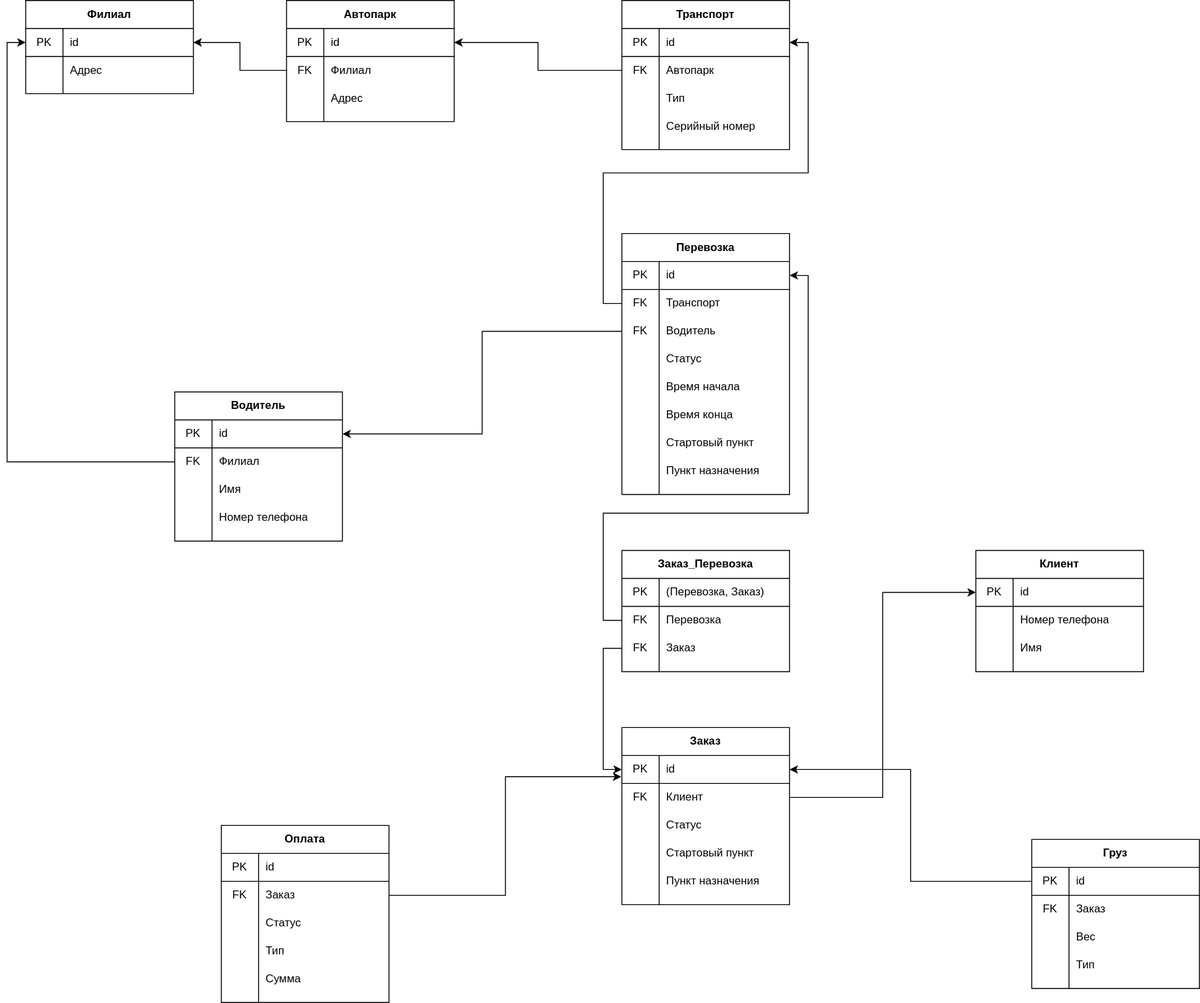
This is TR.svg from yudinvictor/DBMS, a draw.io export, as it was before one commit. Source tidied: cells renumbered, new cells last; positions are measured from the earlier drawing's top-left corner, leaving out a move shared by most shapes.
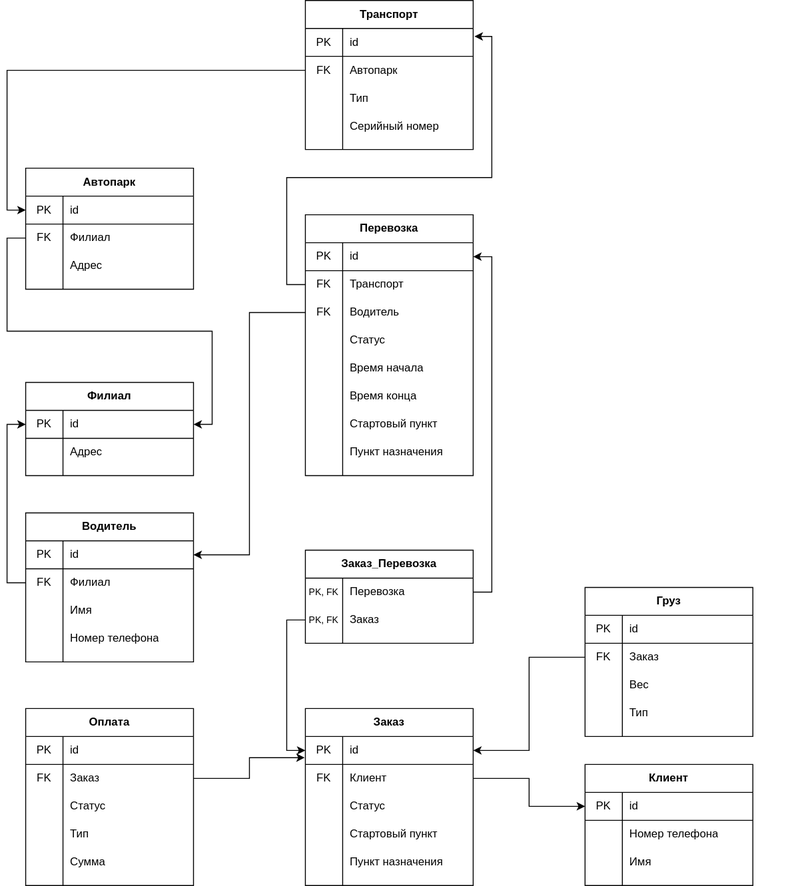
Later version of the same file.

Change to the diagram source:
```diff
@@ -6,7 +6,7 @@
       <mxGeometry x="1030" y="670" width="140" height="30" as="geometry" />
     </mxCell>
     <mxCell id="3" value="Клиент" style="shape=table;html=1;whiteSpace=wrap;startSize=30;rowLines=0;fontStyle=1;align=center;" parent="1" vertex="1">
-      <mxGeometry x="1020" y="590" width="180" height="130" as="geometry" />
+      <mxGeometry x="940" y="840" width="180" height="130" as="geometry" />
     </mxCell>
     <mxCell id="4" style="shape=partialRectangle;html=1;whiteSpace=wrap;fillColor=none;top=0;left=0;bottom=1;right=0;points=[[0,0.5],[1,0.5]];portConstraint=eastwest;" parent="3" vertex="1">
       <mxGeometry y="30" width="180" height="30" as="geometry" />
@@ -84,7 +84,7 @@
       <mxGeometry x="40" width="140" height="30" as="geometry" />
     </mxCell>
     <mxCell id="29" value="Оплата" style="shape=table;html=1;whiteSpace=wrap;startSize=30;rowLines=0;fontStyle=1;align=center;" parent="1" vertex="1">
-      <mxGeometry x="210" y="885" width="180" height="190" as="geometry" />
+      <mxGeometry x="340" y="780" width="180" height="190" as="geometry" />
     </mxCell>
     <mxCell id="30" style="shape=partialRectangle;html=1;whiteSpace=wrap;fillColor=none;top=0;left=0;bottom=1;right=0;" parent="29" vertex="1">
       <mxGeometry y="30" width="180" height="30" as="geometry" />
@@ -132,33 +132,24 @@
       <mxGeometry x="40" width="140" height="30" as="geometry" />
     </mxCell>
     <mxCell id="45" value="Заказ_Перевозка" style="shape=table;html=1;whiteSpace=wrap;startSize=30;rowLines=0;fontStyle=1;align=center;" parent="1" vertex="1">
-      <mxGeometry x="640" y="590" width="180" height="130" as="geometry" />
+      <mxGeometry x="640" y="610" width="180" height="100" as="geometry" />
     </mxCell>
-    <mxCell id="46" style="shape=partialRectangle;html=1;whiteSpace=wrap;fillColor=none;top=0;left=0;bottom=1;right=0;" parent="45" vertex="1">
-      <mxGeometry y="30" width="180" height="30" as="geometry" />
-    </mxCell>
-    <mxCell id="47" value="PK" style="shape=partialRectangle;html=1;whiteSpace=wrap;fillColor=none;top=0;left=0;bottom=0;right=0;overflow=hidden;" parent="46" vertex="1">
-      <mxGeometry width="40" height="30" as="geometry" />
-    </mxCell>
-    <mxCell id="48" value="(Перевозка, Заказ)" style="shape=partialRectangle;html=1;whiteSpace=wrap;fillColor=none;top=0;left=0;bottom=0;right=0;align=left;spacingLeft=6;overflow=hidden;" parent="46" vertex="1">
-      <mxGeometry x="40" width="140" height="30" as="geometry" />
-    </mxCell>
-    <mxCell id="49" style="shape=partialRectangle;html=1;whiteSpace=wrap;fillColor=none;top=0;left=0;bottom=0;right=0;points=[[0,0.5],[1,0.5]];portConstraint=eastwest;" parent="45" vertex="1">
-      <mxGeometry y="60" width="180" height="30" as="geometry" />
-    </mxCell>
-    <mxCell id="50" value="FK" style="shape=partialRectangle;html=1;whiteSpace=wrap;fillColor=none;top=0;left=0;bottom=0;right=0;overflow=hidden;" parent="49" vertex="1">
-      <mxGeometry width="40" height="30" as="geometry" />
-    </mxCell>
+    <mxCell id="146" style="shape=partialRectangle;html=1;whiteSpace=wrap;fillColor=none;top=0;left=0;bottom=1;right=0;points=[[0,0.5],[1,0.5]];portConstraint=eastwest;strokeColor=none;" parent="45" vertex="1">
+      <mxGeometry y="30" width="180" height="30" as="geometry" />
+    </mxCell>
+    <mxCell id="147" value="&lt;font style=&quot;font-size: 10px&quot;&gt;PK, FK&lt;/font&gt;" style="shape=partialRectangle;html=1;whiteSpace=wrap;fillColor=none;top=0;left=0;bottom=0;right=0;overflow=hidden;" parent="146" vertex="1">
+      <mxGeometry width="40" height="30" as="geometry" />
+    </mxCell>
-    <mxCell id="51" value="Перевозка" style="shape=partialRectangle;html=1;whiteSpace=wrap;fillColor=none;top=0;left=0;bottom=0;right=0;align=left;spacingLeft=6;overflow=hidden;" parent="49" vertex="1">
+    <mxCell id="51" value="Перевозка" style="shape=partialRectangle;html=1;whiteSpace=wrap;fillColor=none;top=0;left=0;bottom=0;right=0;align=left;spacingLeft=6;overflow=hidden;" parent="146" vertex="1">
       <mxGeometry x="40" width="140" height="30" as="geometry" />
     </mxCell>
-    <mxCell id="52" style="shape=partialRectangle;html=1;whiteSpace=wrap;fillColor=none;top=0;left=0;bottom=0;right=0;points=[[0,0.5],[1,0.5]];portConstraint=eastwest;" parent="45" vertex="1">
-      <mxGeometry y="90" width="180" height="30" as="geometry" />
-    </mxCell>
-    <mxCell id="53" value="FK" style="shape=partialRectangle;html=1;whiteSpace=wrap;fillColor=none;top=0;left=0;bottom=0;right=0;overflow=hidden;" parent="52" vertex="1">
-      <mxGeometry width="40" height="30" as="geometry" />
-    </mxCell>
+    <mxCell id="148" style="shape=partialRectangle;html=1;whiteSpace=wrap;fillColor=none;top=0;left=0;bottom=1;right=0;points=[[0,0.5],[1,0.5]];portConstraint=eastwest;strokeColor=none;" parent="45" vertex="1">
+      <mxGeometry y="60" width="180" height="30" as="geometry" />
+    </mxCell>
+    <mxCell id="149" value="&lt;font style=&quot;font-size: 10px&quot;&gt;PK, FK&lt;/font&gt;" style="shape=partialRectangle;html=1;whiteSpace=wrap;fillColor=none;top=0;left=0;bottom=0;right=0;overflow=hidden;" parent="148" vertex="1">
+      <mxGeometry width="40" height="30" as="geometry" />
+    </mxCell>
-    <mxCell id="54" value="Заказ" style="shape=partialRectangle;html=1;whiteSpace=wrap;fillColor=none;top=0;left=0;bottom=0;right=0;align=left;spacingLeft=6;overflow=hidden;" parent="52" vertex="1">
+    <mxCell id="54" value="Заказ" style="shape=partialRectangle;html=1;whiteSpace=wrap;fillColor=none;top=0;left=0;bottom=0;right=0;align=left;spacingLeft=6;overflow=hidden;" parent="148" vertex="1">
       <mxGeometry x="40" width="140" height="30" as="geometry" />
     </mxCell>
     <mxCell id="55" value="Перевозка" style="shape=table;html=1;whiteSpace=wrap;startSize=30;rowLines=0;fontStyle=1;align=center;" parent="1" vertex="1">
@@ -237,7 +228,7 @@
       <mxGeometry x="40" width="140" height="30" as="geometry" />
     </mxCell>
     <mxCell id="80" value="Транспорт" style="shape=table;html=1;whiteSpace=wrap;startSize=30;rowLines=0;fontStyle=1;align=center;" parent="1" vertex="1">
-      <mxGeometry x="640" width="180" height="160" as="geometry" />
+      <mxGeometry x="640" y="20" width="180" height="160" as="geometry" />
     </mxCell>
     <mxCell id="81" style="shape=partialRectangle;html=1;whiteSpace=wrap;fillColor=none;top=0;left=0;bottom=1;right=0;points=[[0,0.5],[1,0.5]];portConstraint=eastwest;" parent="80" vertex="1">
       <mxGeometry y="30" width="180" height="30" as="geometry" />
@@ -276,7 +267,7 @@
       <mxGeometry x="40" width="140" height="30" as="geometry" />
     </mxCell>
     <mxCell id="93" value="Автопарк" style="shape=table;html=1;whiteSpace=wrap;startSize=30;rowLines=0;fontStyle=1;align=center;" parent="1" vertex="1">
-      <mxGeometry x="280" width="180" height="130" as="geometry" />
+      <mxGeometry x="340" y="200" width="180" height="130" as="geometry" />
     </mxCell>
     <mxCell id="94" style="shape=partialRectangle;html=1;whiteSpace=wrap;fillColor=none;top=0;left=0;bottom=1;right=0;points=[[0,0.5],[1,0.5]];portConstraint=eastwest;" parent="93" vertex="1">
       <mxGeometry y="30" width="180" height="30" as="geometry" />
@@ -306,7 +297,7 @@
       <mxGeometry x="40" width="140" height="30" as="geometry" />
     </mxCell>
     <mxCell id="103" value="Филиал" style="shape=table;html=1;whiteSpace=wrap;startSize=30;rowLines=0;fontStyle=1;align=center;" parent="1" vertex="1">
-      <mxGeometry width="180" height="100" as="geometry" />
+      <mxGeometry x="340" y="430" width="180" height="100" as="geometry" />
     </mxCell>
     <mxCell id="104" style="shape=partialRectangle;html=1;whiteSpace=wrap;fillColor=none;top=0;left=0;bottom=1;right=0;points=[[0,0.5],[1,0.5]];portConstraint=eastwest;" parent="103" vertex="1">
       <mxGeometry y="30" width="180" height="30" as="geometry" />
@@ -327,7 +318,7 @@
       <mxGeometry x="40" width="140" height="30" as="geometry" />
     </mxCell>
     <mxCell id="110" value="Водитель" style="shape=table;html=1;whiteSpace=wrap;startSize=30;rowLines=0;fontStyle=1;align=center;" parent="1" vertex="1">
-      <mxGeometry x="160" y="420" width="180" height="160" as="geometry" />
+      <mxGeometry x="340" y="570" width="180" height="160" as="geometry" />
     </mxCell>
     <mxCell id="111" style="shape=partialRectangle;html=1;whiteSpace=wrap;fillColor=none;top=0;left=0;bottom=1;right=0;points=[[0,0.5],[1,0.5]];portConstraint=eastwest;" parent="110" vertex="1">
       <mxGeometry y="30" width="180" height="30" as="geometry" />
@@ -366,7 +357,7 @@
       <mxGeometry x="40" width="140" height="30" as="geometry" />
     </mxCell>
     <mxCell id="123" value="Груз" style="shape=table;html=1;whiteSpace=wrap;startSize=30;rowLines=0;fontStyle=1;align=center;" parent="1" vertex="1">
-      <mxGeometry x="1080" y="900" width="180" height="160" as="geometry" />
+      <mxGeometry x="940" y="650" width="180" height="160" as="geometry" />
     </mxCell>
     <mxCell id="124" style="shape=partialRectangle;html=1;whiteSpace=wrap;fillColor=none;top=0;left=0;bottom=1;right=0;points=[[0,0.5],[1,0.5]];portConstraint=eastwest;" parent="123" vertex="1">
       <mxGeometry y="30" width="180" height="30" as="geometry" />
@@ -407,7 +398,7 @@
     <mxCell id="136" style="edgeStyle=orthogonalEdgeStyle;rounded=0;jettySize=auto;html=1;entryX=0;entryY=0.5;entryDx=0;entryDy=0;" parent="1" edge="1" source="17" target="4">
       <mxGeometry relative="1" as="geometry" />
     </mxCell>
-    <mxCell id="137" style="edgeStyle=orthogonalEdgeStyle;rounded=0;jettySize=auto;html=1;entryX=1;entryY=0.5;entryDx=0;entryDy=0;" parent="1" edge="1" source="124" target="14">
+    <mxCell id="137" style="edgeStyle=orthogonalEdgeStyle;rounded=0;jettySize=auto;html=1;entryX=1;entryY=0.5;entryDx=0;entryDy=0;exitX=0;exitY=0.5;exitDx=0;exitDy=0;" parent="1" edge="1" source="127" target="14">
       <mxGeometry relative="1" as="geometry" />
     </mxCell>
     <mxCell id="138" style="edgeStyle=orthogonalEdgeStyle;rounded=0;jettySize=auto;html=1;entryX=-0.004;entryY=0.759;entryDx=0;entryDy=0;entryPerimeter=0;" parent="1" edge="1" source="33" target="14">
@@ -416,30 +407,30 @@
     <mxCell id="139" style="edgeStyle=orthogonalEdgeStyle;rounded=0;jettySize=auto;html=1;entryX=1;entryY=0.5;entryDx=0;entryDy=0;" parent="1" edge="1" source="97" target="104">
       <mxGeometry relative="1" as="geometry" />
     </mxCell>
+    <mxCell id="141" style="edgeStyle=orthogonalEdgeStyle;rounded=0;jettySize=auto;html=1;entryX=0;entryY=0.5;entryDx=0;entryDy=0;exitX=0;exitY=0.5;exitDx=0;exitDy=0;" parent="1" edge="1" source="114" target="104">
+      <mxGeometry relative="1" as="geometry" />
+    </mxCell>
+    <mxCell id="143" style="edgeStyle=orthogonalEdgeStyle;rounded=0;jettySize=auto;html=1;entryX=1;entryY=0.5;entryDx=0;entryDy=0;" parent="1" edge="1" source="62" target="111">
+      <mxGeometry relative="1" as="geometry" />
+    </mxCell>
+    <mxCell id="142" style="edgeStyle=orthogonalEdgeStyle;rounded=0;jettySize=auto;html=1;entryX=1.008;entryY=0.287;entryDx=0;entryDy=0;entryPerimeter=0;" parent="1" edge="1" source="59" target="81">
+      <mxGeometry relative="1" as="geometry">
+        <Array as="points">
+          <mxPoint x="620" y="325" />
+          <mxPoint x="620" y="210" />
+          <mxPoint x="840" y="210" />
+          <mxPoint x="840" y="59" />
+        </Array>
+      </mxGeometry>
+    </mxCell>
+    <mxCell id="150" style="edgeStyle=orthogonalEdgeStyle;rounded=0;jettySize=auto;html=1;entryX=0;entryY=0.5;entryDx=0;entryDy=0;" parent="1" edge="1" source="148" target="14">
+      <mxGeometry relative="1" as="geometry" />
+    </mxCell>
+    <mxCell id="151" style="edgeStyle=orthogonalEdgeStyle;rounded=0;jettySize=auto;html=1;exitX=1;exitY=0.5;exitDx=0;exitDy=0;entryX=1;entryY=0.5;entryDx=0;entryDy=0;" parent="1" edge="1" source="146" target="56">
+      <mxGeometry relative="1" as="geometry" />
+    </mxCell>
-    <mxCell id="140" style="edgeStyle=orthogonalEdgeStyle;rounded=0;jettySize=auto;html=1;entryX=1;entryY=0.5;entryDx=0;entryDy=0;" parent="1" edge="1" source="84" target="94">
+    <mxCell id="140" style="edgeStyle=orthogonalEdgeStyle;rounded=0;jettySize=auto;html=1;entryX=0;entryY=0.5;entryDx=0;entryDy=0;" parent="1" edge="1" source="84" target="94">
       <mxGeometry relative="1" as="geometry" />
     </mxCell>
-    <mxCell id="141" style="edgeStyle=orthogonalEdgeStyle;rounded=0;jettySize=auto;html=1;entryX=0;entryY=0.5;entryDx=0;entryDy=0;" parent="1" edge="1" source="114" target="104">
-      <mxGeometry relative="1" as="geometry" />
-    </mxCell>
-    <mxCell id="142" style="edgeStyle=orthogonalEdgeStyle;rounded=0;jettySize=auto;html=1;exitX=0;exitY=0.5;exitDx=0;exitDy=0;entryX=1;entryY=0.5;entryDx=0;entryDy=0;" parent="1" edge="1" source="59" target="81">
-      <mxGeometry relative="1" as="geometry" />
-    </mxCell>
-    <mxCell id="143" style="edgeStyle=orthogonalEdgeStyle;rounded=0;jettySize=auto;html=1;entryX=1;entryY=0.5;entryDx=0;entryDy=0;" parent="1" edge="1" source="62" target="111">
-      <mxGeometry relative="1" as="geometry" />
-    </mxCell>
-    <mxCell id="144" style="edgeStyle=orthogonalEdgeStyle;rounded=0;jettySize=auto;html=1;entryX=0;entryY=0.5;entryDx=0;entryDy=0;" parent="1" edge="1" source="52" target="14">
-      <mxGeometry relative="1" as="geometry" />
-    </mxCell>
-    <mxCell id="145" style="edgeStyle=orthogonalEdgeStyle;rounded=0;jettySize=auto;html=1;entryX=1;entryY=0.5;entryDx=0;entryDy=0;" parent="1" edge="1" source="49" target="56">
-      <mxGeometry relative="1" as="geometry">
-        <Array as="points">
-          <mxPoint x="620" y="665" />
-          <mxPoint x="620" y="550" />
-          <mxPoint x="840" y="550" />
-          <mxPoint x="840" y="295" />
-        </Array>
-      </mxGeometry>
-    </mxCell>
   </root>
 </mxGraphModel>
```
